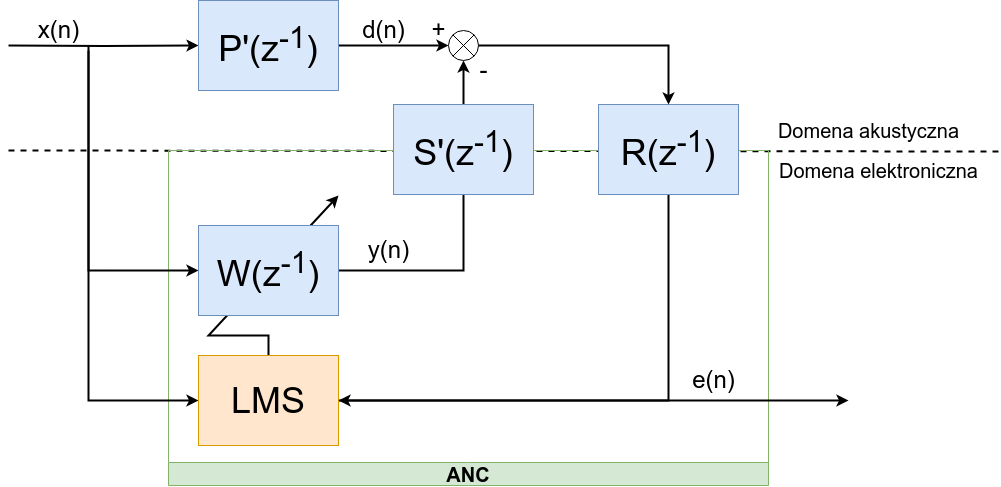
The draw.io diagram docs/polsl/thesis/graf/analysis/scheme_3.png in kopiecki/anc, before a commit. Source tidied: cells renumbered, new cells last; positions are measured from the earlier drawing's top-left corner, leaving out a move shared by most shapes. Its diagram source:
```xml
<mxGraphModel>
  <root>
    <mxCell id="0" />
    <mxCell id="1" parent="0" />
    <mxCell id="2" style="endArrow=none;dashed=1;html=1;strokeWidth=2;rounded=0;" parent="1" edge="1">
      <mxGeometry relative="1" as="geometry">
        <mxPoint y="150" as="sourcePoint" />
        <mxPoint x="990" y="151" as="targetPoint" />
      </mxGeometry>
    </mxCell>
    <mxCell id="3" value="&lt;font style=&quot;font-size: 20px;&quot;&gt;ANC&lt;/font&gt;" style="swimlane;whiteSpace=wrap;html=1;direction=west;fillColor=#d5e8d4;strokeColor=#82b366;" parent="1" vertex="1">
      <mxGeometry x="160" y="150" width="600" height="335" as="geometry" />
    </mxCell>
    <mxCell id="4" value="y(n)" style="text;html=1;align=center;verticalAlign=middle;strokeColor=none;fillColor=none;fontSize=24;" parent="3" vertex="1">
      <mxGeometry x="190" y="80" width="60" height="40" as="geometry" />
    </mxCell>
    <mxCell id="5" value="e(n)" style="text;html=1;align=center;verticalAlign=middle;strokeColor=none;fillColor=none;fontSize=24;" parent="3" vertex="1">
      <mxGeometry x="510" y="210" width="70" height="40" as="geometry" />
    </mxCell>
    <mxCell id="6" style="edgeStyle=orthogonalEdgeStyle;rounded=0;jettySize=auto;html=1;exitX=1;exitY=1;exitDx=0;exitDy=0;exitPerimeter=0;strokeWidth=2;entryX=0;entryY=0.5;entryDx=0;entryDy=0;" parent="1" edge="1" source="18" target="23">
      <mxGeometry relative="1" as="geometry">
        <Array as="points">
          <mxPoint x="80" y="400" />
        </Array>
      </mxGeometry>
    </mxCell>
    <mxCell id="7" style="endArrow=classic;html=1;rounded=0;exitX=0.5;exitY=0;exitDx=0;exitDy=0;strokeWidth=2;" parent="1" edge="1" source="23">
      <mxGeometry relative="1" as="geometry">
        <mxPoint x="330" y="195" as="targetPoint" />
        <Array as="points">
          <mxPoint x="260" y="335" />
          <mxPoint x="200" y="335" />
        </Array>
      </mxGeometry>
    </mxCell>
    <mxCell id="8" style="edgeStyle=orthogonalEdgeStyle;rounded=0;jettySize=auto;html=1;strokeWidth=2;" parent="1" edge="1" target="10">
      <mxGeometry relative="1" as="geometry">
        <mxPoint y="45" as="sourcePoint" />
      </mxGeometry>
    </mxCell>
    <mxCell id="9" style="edgeStyle=orthogonalEdgeStyle;rounded=0;jettySize=auto;html=1;entryX=0;entryY=0.5;entryDx=0;entryDy=0;strokeWidth=2;" parent="1" edge="1" source="10" target="15">
      <mxGeometry relative="1" as="geometry" />
    </mxCell>
    <mxCell id="10" value="P'(z&lt;sup&gt;-1&lt;/sup&gt;)" style="rounded=0;whiteSpace=wrap;html=1;fontSize=36;fillColor=#dae8fc;strokeColor=#6c8ebf;" parent="1" vertex="1">
      <mxGeometry x="190" width="140" height="90" as="geometry" />
    </mxCell>
    <mxCell id="11" style="edgeStyle=orthogonalEdgeStyle;rounded=0;jettySize=auto;html=1;entryX=0;entryY=0.5;entryDx=0;entryDy=0;strokeWidth=2;" parent="1" edge="1" target="13">
      <mxGeometry relative="1" as="geometry">
        <mxPoint x="80" y="46" as="sourcePoint" />
        <Array as="points">
          <mxPoint x="80" y="270" />
        </Array>
      </mxGeometry>
    </mxCell>
    <mxCell id="12" style="edgeStyle=orthogonalEdgeStyle;rounded=0;jettySize=auto;html=1;entryX=0.5;entryY=1;entryDx=0;entryDy=0;strokeWidth=2;" parent="1" edge="1" source="13" target="15">
      <mxGeometry relative="1" as="geometry" />
    </mxCell>
    <mxCell id="13" value="&lt;span style=&quot;font-weight: normal;&quot;&gt;W(z&lt;sup style=&quot;border-color: var(--border-color);&quot;&gt;-1&lt;/sup&gt;)&lt;/span&gt;" style="rounded=0;whiteSpace=wrap;html=1;fontSize=36;fontStyle=1;fillColor=#dae8fc;strokeColor=#6c8ebf;" parent="1" vertex="1">
      <mxGeometry x="190" y="225" width="140" height="90" as="geometry" />
    </mxCell>
    <mxCell id="14" style="group;" parent="1" vertex="1">
      <mxGeometry x="440" y="30" width="30" height="30" as="geometry" />
    </mxCell>
    <mxCell id="15" style="ellipse;whiteSpace=wrap;html=1;" parent="14" vertex="1">
      <mxGeometry width="30" height="30" as="geometry" />
    </mxCell>
    <mxCell id="16" style="endArrow=none;html=1;rounded=0;entryX=1;entryY=0;entryDx=0;entryDy=0;exitX=0;exitY=1;exitDx=0;exitDy=0;" parent="14" edge="1" source="15" target="15">
      <mxGeometry relative="1" as="geometry" />
    </mxCell>
    <mxCell id="17" style="endArrow=none;html=1;rounded=0;entryX=0;entryY=0;entryDx=0;entryDy=0;exitX=1;exitY=1;exitDx=0;exitDy=0;" parent="14" edge="1" source="15" target="15">
      <mxGeometry relative="1" as="geometry" />
    </mxCell>
    <mxCell id="18" value="x(n)" style="text;html=1;align=center;verticalAlign=middle;points=[];strokeColor=none;fillColor=none;fontSize=24;" parent="1" vertex="1">
      <mxGeometry x="20" y="10" width="60" height="40" as="geometry" />
    </mxCell>
    <mxCell id="19" value="d(n)" style="text;html=1;align=center;verticalAlign=middle;strokeColor=none;fillColor=none;fontSize=24;" parent="1" vertex="1">
      <mxGeometry x="340" y="10" width="70" height="40" as="geometry" />
    </mxCell>
    <mxCell id="20" value="-" style="text;html=1;align=center;verticalAlign=middle;strokeColor=none;fillColor=none;fontSize=24;" parent="1" vertex="1">
      <mxGeometry x="460" y="50" width="30" height="40" as="geometry" />
    </mxCell>
    <mxCell id="21" value="+" style="text;html=1;align=center;verticalAlign=middle;strokeColor=none;fillColor=none;fontSize=24;" parent="1" vertex="1">
      <mxGeometry x="410" y="10" width="40" height="40" as="geometry" />
    </mxCell>
    <mxCell id="22" style="edgeStyle=orthogonalEdgeStyle;rounded=0;jettySize=auto;html=1;strokeWidth=2;" parent="1" edge="1" source="23">
      <mxGeometry relative="1" as="geometry">
        <mxPoint x="840" y="400" as="targetPoint" />
      </mxGeometry>
    </mxCell>
    <mxCell id="23" value="&lt;p style=&quot;line-height: 25%;&quot;&gt;&lt;font style=&quot;font-size: 36px;&quot;&gt;LMS&lt;/font&gt;&lt;/p&gt;" style="rounded=0;whiteSpace=wrap;html=1;fontSize=36;fontStyle=0;fillColor=#ffe6cc;strokeColor=#d79b00;align=center;" parent="1" vertex="1">
      <mxGeometry x="190" y="355" width="140" height="90" as="geometry" />
    </mxCell>
    <mxCell id="24" value="&lt;font style=&quot;font-size: 20px;&quot;&gt;Domena akustyczna&lt;/font&gt;" style="text;html=1;align=center;verticalAlign=middle;strokeColor=none;fillColor=none;fontSize=24;" parent="1" vertex="1">
      <mxGeometry x="760" y="110" width="200" height="40" as="geometry" />
    </mxCell>
    <mxCell id="25" value="&lt;font style=&quot;font-size: 20px;&quot;&gt;Domena elektroniczna&lt;/font&gt;" style="text;html=1;align=center;verticalAlign=middle;strokeColor=none;fillColor=none;fontSize=24;" parent="1" vertex="1">
      <mxGeometry x="760" y="150" width="220" height="40" as="geometry" />
    </mxCell>
    <mxCell id="26" value="&lt;span style=&quot;font-weight: normal;&quot;&gt;S'(z&lt;sup style=&quot;border-color: var(--border-color);&quot;&gt;-1&lt;/sup&gt;)&lt;/span&gt;" style="rounded=0;whiteSpace=wrap;html=1;fontSize=36;fontStyle=1;fillColor=#dae8fc;strokeColor=#6c8ebf;" parent="1" vertex="1">
      <mxGeometry x="385" y="104" width="140" height="90" as="geometry" />
    </mxCell>
    <mxCell id="27" style="edgeStyle=orthogonalEdgeStyle;rounded=0;jettySize=auto;html=1;entryX=1;entryY=0.5;entryDx=0;entryDy=0;strokeWidth=2;" parent="1" edge="1" source="28" target="23">
      <mxGeometry relative="1" as="geometry">
        <Array as="points">
          <mxPoint x="660" y="400" />
        </Array>
      </mxGeometry>
    </mxCell>
    <mxCell id="28" value="&lt;span style=&quot;font-weight: normal;&quot;&gt;R(z&lt;sup style=&quot;border-color: var(--border-color);&quot;&gt;-1&lt;/sup&gt;)&lt;/span&gt;" style="rounded=0;whiteSpace=wrap;html=1;fontSize=36;fontStyle=1;fillColor=#dae8fc;strokeColor=#6c8ebf;" parent="1" vertex="1">
      <mxGeometry x="590" y="104" width="140" height="90" as="geometry" />
    </mxCell>
    <mxCell id="29" style="edgeStyle=orthogonalEdgeStyle;rounded=0;jettySize=auto;html=1;exitX=1;exitY=0.5;exitDx=0;exitDy=0;strokeWidth=2;" parent="1" edge="1" source="15" target="28">
      <mxGeometry relative="1" as="geometry">
        <Array as="points">
          <mxPoint x="660" y="45" />
        </Array>
      </mxGeometry>
    </mxCell>
  </root>
</mxGraphModel>
```
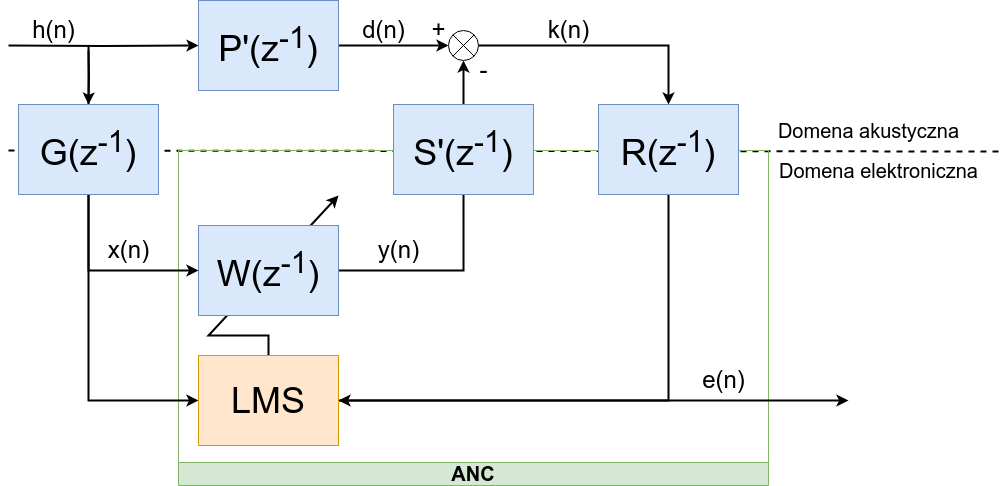
Above is the later version.

Change to the diagram source:
```diff
@@ -9,7 +9,7 @@
       </mxGeometry>
     </mxCell>
     <mxCell id="3" value="&lt;font style=&quot;font-size: 20px;&quot;&gt;ANC&lt;/font&gt;" style="swimlane;whiteSpace=wrap;html=1;direction=west;fillColor=#d5e8d4;strokeColor=#82b366;" parent="1" vertex="1">
-      <mxGeometry x="160" y="150" width="600" height="335" as="geometry" />
+      <mxGeometry x="170" y="150" width="590" height="335" as="geometry" />
     </mxCell>
     <mxCell id="4" value="y(n)" style="text;html=1;align=center;verticalAlign=middle;strokeColor=none;fillColor=none;fontSize=24;" parent="3" vertex="1">
       <mxGeometry x="190" y="80" width="60" height="40" as="geometry" />
@@ -44,12 +44,9 @@
     <mxCell id="10" value="P'(z&lt;sup&gt;-1&lt;/sup&gt;)" style="rounded=0;whiteSpace=wrap;html=1;fontSize=36;fillColor=#dae8fc;strokeColor=#6c8ebf;" parent="1" vertex="1">
       <mxGeometry x="190" width="140" height="90" as="geometry" />
     </mxCell>
-    <mxCell id="11" style="edgeStyle=orthogonalEdgeStyle;rounded=0;jettySize=auto;html=1;entryX=0;entryY=0.5;entryDx=0;entryDy=0;strokeWidth=2;" parent="1" edge="1" target="13">
+    <mxCell id="11" style="edgeStyle=orthogonalEdgeStyle;rounded=0;jettySize=auto;html=1;strokeWidth=2;entryX=0.5;entryY=0;entryDx=0;entryDy=0;" parent="1" edge="1" target="31">
       <mxGeometry relative="1" as="geometry">
         <mxPoint x="80" y="46" as="sourcePoint" />
-        <Array as="points">
-          <mxPoint x="80" y="270" />
-        </Array>
       </mxGeometry>
     </mxCell>
     <mxCell id="12" style="edgeStyle=orthogonalEdgeStyle;rounded=0;jettySize=auto;html=1;entryX=0.5;entryY=1;entryDx=0;entryDy=0;strokeWidth=2;" parent="1" edge="1" source="13" target="15">
@@ -70,8 +67,8 @@
     <mxCell id="17" style="endArrow=none;html=1;rounded=0;entryX=0;entryY=0;entryDx=0;entryDy=0;exitX=1;exitY=1;exitDx=0;exitDy=0;" parent="14" edge="1" source="15" target="15">
       <mxGeometry relative="1" as="geometry" />
     </mxCell>
-    <mxCell id="18" value="x(n)" style="text;html=1;align=center;verticalAlign=middle;points=[];strokeColor=none;fillColor=none;fontSize=24;" parent="1" vertex="1">
-      <mxGeometry x="20" y="10" width="60" height="40" as="geometry" />
+    <mxCell id="18" value="h(n)" style="text;html=1;align=center;verticalAlign=middle;points=[];strokeColor=none;fillColor=none;fontSize=24;" parent="1" vertex="1">
+      <mxGeometry x="10" y="10" width="70" height="40" as="geometry" />
     </mxCell>
     <mxCell id="19" value="d(n)" style="text;html=1;align=center;verticalAlign=middle;strokeColor=none;fillColor=none;fontSize=24;" parent="1" vertex="1">
       <mxGeometry x="340" y="10" width="70" height="40" as="geometry" />
@@ -116,5 +113,21 @@
         </Array>
       </mxGeometry>
     </mxCell>
+    <mxCell id="30" style="edgeStyle=orthogonalEdgeStyle;rounded=0;jettySize=auto;html=1;entryX=0;entryY=0.5;entryDx=0;entryDy=0;strokeWidth=2;" parent="1" edge="1" source="31" target="13">
+      <mxGeometry relative="1" as="geometry">
+        <Array as="points">
+          <mxPoint x="80" y="270" />
+        </Array>
+      </mxGeometry>
+    </mxCell>
+    <mxCell id="31" value="&lt;span style=&quot;font-weight: normal;&quot;&gt;G(z&lt;sup style=&quot;border-color: var(--border-color);&quot;&gt;-1&lt;/sup&gt;)&lt;/span&gt;" style="rounded=0;whiteSpace=wrap;html=1;fontSize=36;fontStyle=1;fillColor=#dae8fc;strokeColor=#6c8ebf;" parent="1" vertex="1">
+      <mxGeometry x="10" y="104" width="140" height="90" as="geometry" />
+    </mxCell>
+    <mxCell id="32" value="x(n)" style="text;html=1;align=center;verticalAlign=middle;strokeColor=none;fillColor=none;fontSize=24;" parent="1" vertex="1">
+      <mxGeometry x="90" y="230" width="60" height="40" as="geometry" />
+    </mxCell>
+    <mxCell id="33" value="k(n)" style="text;html=1;align=center;verticalAlign=middle;strokeColor=none;fillColor=none;fontSize=24;" parent="1" vertex="1">
+      <mxGeometry x="530" y="10" width="60" height="40" as="geometry" />
+    </mxCell>
   </root>
 </mxGraphModel>
```
